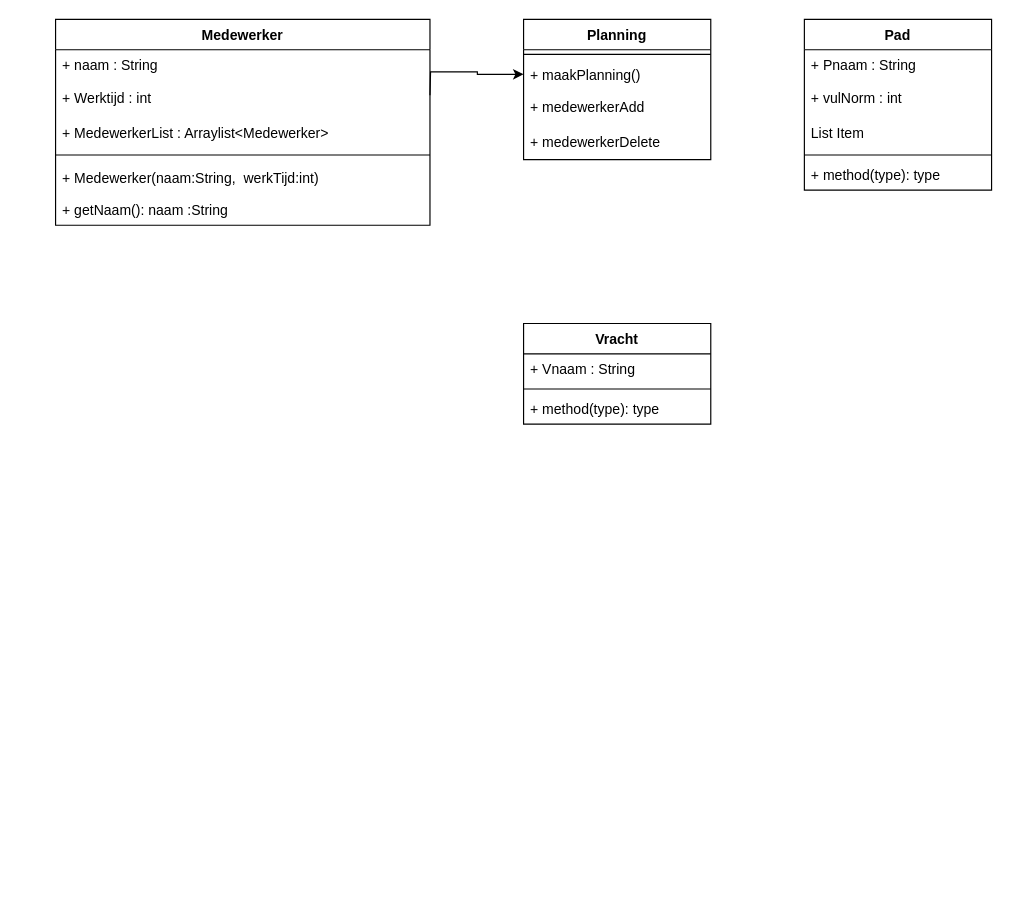
This is Vulplanning UML.drawio from Kikkerslijm410/SchoolOpdracht, a draw.io file, before an edit. Source tidied: cells renumbered, new cells numbered last; positions are measured from the earlier drawing's top-left corner, leaving out a move shared by most shapes. Both pictures are drawn from the tidied source at 117%, with x=0, y=0 at pixel (55, 19).
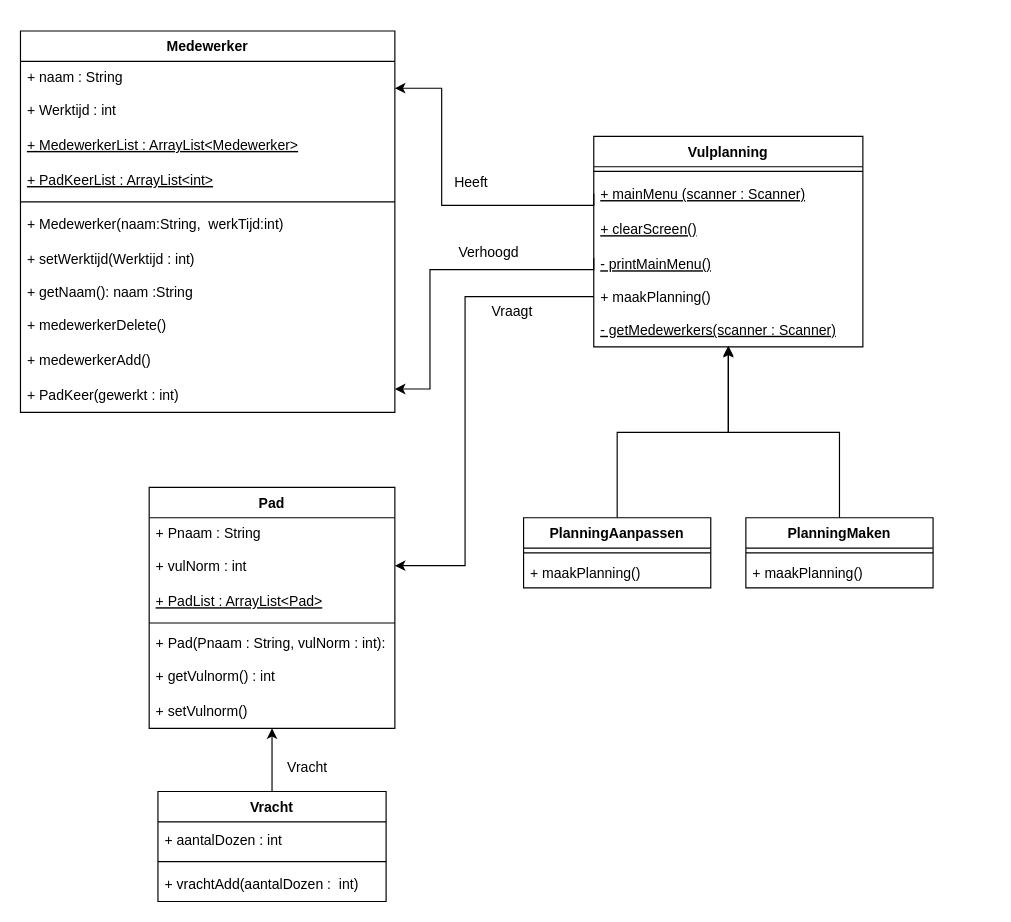
After the change.

The change refers to these unchanged cells:
```xml
<mxCell id="3" value="+ naam : String" style="text;strokeColor=none;fillColor=none;align=left;verticalAlign=top;spacingLeft=4;spacingRight=4;overflow=hidden;points=[[0,0.5],[1,0.5]];portConstraint=eastwest;" parent="2" vertex="1">
  <mxGeometry y="26" width="320" height="26" as="geometry" />
</mxCell>
```

Change to the diagram source:
```diff
@@
     <mxCell id="2" value="Medewerker" style="swimlane;fontStyle=1;align=center;verticalAlign=top;horizontal=1;startSize=26;" parent="1" vertex="1">
-      <mxGeometry width="320" height="176" as="geometry" />
+      <mxGeometry x="-30" y="10" width="320" height="326" as="geometry" />
     </mxCell>
@@
-    <mxCell id="5" value="+ MedewerkerList : Arraylist&lt;Medewerker&gt;" style="text;strokeColor=none;fillColor=none;align=left;verticalAlign=middle;spacingLeft=4;spacingRight=4;overflow=hidden;" parent="2" vertex="1">
+    <mxCell id="5" value="+ MedewerkerList : ArrayList&lt;Medewerker&gt;" style="text;strokeColor=none;fillColor=none;align=left;verticalAlign=middle;spacingLeft=4;spacingRight=4;overflow=hidden;fontStyle=4;" parent="2" vertex="1">
       <mxGeometry y="82" width="320" height="30" as="geometry" />
     </mxCell>
+    <mxCell id="25" value="+ PadKeerList : ArrayList&lt;int&gt;" style="text;strokeColor=none;fillColor=none;align=left;verticalAlign=middle;spacingLeft=4;spacingRight=4;overflow=hidden;fontStyle=4;" parent="2" vertex="1">
+      <mxGeometry y="112" width="320" height="30" as="geometry" />
+    </mxCell>
     <mxCell id="6" style="line;strokeWidth=1;fillColor=none;align=left;verticalAlign=middle;spacingTop=-1;spacingLeft=3;spacingRight=3;labelPosition=right;" parent="2" vertex="1">
-      <mxGeometry y="112" width="320" height="8" as="geometry" />
+      <mxGeometry y="142" width="320" height="8" as="geometry" />
     </mxCell>
     <mxCell id="7" value="+ Medewerker(naam:String,  werkTijd:int)" style="text;strokeColor=none;fillColor=none;align=left;verticalAlign=middle;spacingLeft=4;spacingRight=4;overflow=hidden;" parent="2" vertex="1">
-      <mxGeometry y="120" width="320" height="30" as="geometry" />
+      <mxGeometry y="150" width="320" height="30" as="geometry" />
     </mxCell>
+    <mxCell id="26" value="+ setWerktijd(Werktijd : int)" style="text;strokeColor=none;fillColor=none;align=left;verticalAlign=middle;spacingLeft=4;spacingRight=4;overflow=hidden;" parent="2" vertex="1">
+      <mxGeometry y="180" width="320" height="30" as="geometry" />
+    </mxCell>
     <mxCell id="8" value="+ getNaam(): naam :String" style="text;strokeColor=none;fillColor=none;align=left;verticalAlign=top;spacingLeft=4;spacingRight=4;overflow=hidden;" parent="2" vertex="1">
-      <mxGeometry y="150" width="320" height="26" as="geometry" />
+      <mxGeometry y="210" width="320" height="26" as="geometry" />
     </mxCell>
+    <mxCell id="23" value="+ medewerkerDelete()" style="text;strokeColor=none;fillColor=none;align=left;verticalAlign=middle;spacingLeft=4;spacingRight=4;overflow=hidden;" parent="2" vertex="1">
+      <mxGeometry y="236" width="320" height="30" as="geometry" />
+    </mxCell>
+    <mxCell id="22" value="+ medewerkerAdd()" style="text;strokeColor=none;fillColor=none;align=left;verticalAlign=middle;spacingLeft=4;spacingRight=4;overflow=hidden;" parent="2" vertex="1">
+      <mxGeometry y="266" width="320" height="30" as="geometry" />
+    </mxCell>
+    <mxCell id="27" value="+ PadKeer(gewerkt : int)" style="text;strokeColor=none;fillColor=none;align=left;verticalAlign=middle;spacingLeft=4;spacingRight=4;overflow=hidden;" parent="2" vertex="1">
+      <mxGeometry y="296" width="320" height="30" as="geometry" />
+    </mxCell>
+    <mxCell id="28" style="edgeStyle=orthogonalEdgeStyle;rounded=0;jettySize=auto;html=1;exitX=0.5;exitY=0;exitDx=0;exitDy=0;entryX=0.5;entryY=1;entryDx=0;entryDy=0;entryPerimeter=0;" parent="1" edge="1" source="9" target="32">
+      <mxGeometry relative="1" as="geometry" />
+    </mxCell>
     <mxCell id="9" value="Vracht" style="swimlane;fontStyle=1;align=center;verticalAlign=top;horizontal=1;startSize=26;" parent="1" vertex="1">
-      <mxGeometry x="400" y="260" width="160" height="86" as="geometry" />
+      <mxGeometry x="87.5" y="660" width="195" height="94" as="geometry" />
     </mxCell>
-    <mxCell id="10" value="+ Vnaam : String" style="text;strokeColor=none;fillColor=none;align=left;verticalAlign=top;spacingLeft=4;spacingRight=4;overflow=hidden;" parent="9" vertex="1">
-      <mxGeometry y="26" width="160" height="26" as="geometry" />
-    </mxCell>
+    <mxCell id="29" value="+ aantalDozen : int" style="text;strokeColor=none;fillColor=none;align=left;verticalAlign=middle;spacingLeft=4;spacingRight=4;overflow=hidden;" parent="9" vertex="1">
+      <mxGeometry y="26" width="195" height="30" as="geometry" />
+    </mxCell>
     <mxCell id="11" style="line;strokeWidth=1;fillColor=none;align=left;verticalAlign=middle;spacingTop=-1;spacingLeft=3;spacingRight=3;labelPosition=right;" parent="9" vertex="1">
-      <mxGeometry y="52" width="160" height="8" as="geometry" />
+      <mxGeometry y="56" width="195" height="8" as="geometry" />
     </mxCell>
-    <mxCell id="12" value="+ method(type): type" style="text;strokeColor=none;fillColor=none;align=left;verticalAlign=top;spacingLeft=4;spacingRight=4;overflow=hidden;" parent="9" vertex="1">
-      <mxGeometry y="60" width="160" height="26" as="geometry" />
-    </mxCell>
+    <mxCell id="30" value="+ vrachtAdd(aantalDozen :  int)" style="text;strokeColor=none;fillColor=none;align=left;verticalAlign=middle;spacingLeft=4;spacingRight=4;overflow=hidden;" parent="9" vertex="1">
+      <mxGeometry y="64" width="195" height="30" as="geometry" />
+    </mxCell>
     <mxCell id="13" value="Pad" style="swimlane;fontStyle=1;align=center;verticalAlign=top;horizontal=1;startSize=26;" parent="1" vertex="1">
-      <mxGeometry x="640" width="160" height="146" as="geometry" />
+      <mxGeometry x="80" y="400" width="210" height="206" as="geometry" />
     </mxCell>
     <mxCell id="14" value="+ Pnaam : String" style="text;strokeColor=none;fillColor=none;align=left;verticalAlign=top;spacingLeft=4;spacingRight=4;overflow=hidden;" parent="13" vertex="1">
-      <mxGeometry y="26" width="160" height="26" as="geometry" />
+      <mxGeometry y="26" width="210" height="26" as="geometry" />
     </mxCell>
     <mxCell id="15" value="+ vulNorm : int" style="text;strokeColor=none;fillColor=none;align=left;verticalAlign=middle;spacingLeft=4;spacingRight=4;overflow=hidden;points=[[0,0.5],[1,0.5]];portConstraint=eastwest;" parent="13" vertex="1">
-      <mxGeometry y="52" width="160" height="30" as="geometry" />
+      <mxGeometry y="52" width="210" height="30" as="geometry" />
     </mxCell>
-    <mxCell id="16" value="List Item" style="text;strokeColor=none;fillColor=none;align=left;verticalAlign=middle;spacingLeft=4;spacingRight=4;overflow=hidden;" parent="13" vertex="1">
-      <mxGeometry y="82" width="160" height="30" as="geometry" />
+    <mxCell id="16" value="+ PadList : ArrayList&lt;Pad&gt;" style="text;strokeColor=none;fillColor=none;align=left;verticalAlign=middle;spacingLeft=4;spacingRight=4;overflow=hidden;fontStyle=4;" parent="13" vertex="1">
+      <mxGeometry y="82" width="210" height="30" as="geometry" />
     </mxCell>
     <mxCell id="17" style="line;strokeWidth=1;fillColor=none;align=left;verticalAlign=middle;spacingTop=-1;spacingLeft=3;spacingRight=3;labelPosition=right;" parent="13" vertex="1">
-      <mxGeometry y="112" width="160" height="8" as="geometry" />
+      <mxGeometry y="112" width="210" height="8" as="geometry" />
     </mxCell>
-    <mxCell id="18" value="+ method(type): type" style="text;strokeColor=none;fillColor=none;align=left;verticalAlign=top;spacingLeft=4;spacingRight=4;overflow=hidden;" parent="13" vertex="1">
-      <mxGeometry y="120" width="160" height="26" as="geometry" />
+    <mxCell id="18" value="+ Pad(Pnaam : String, vulNorm : int): " style="text;strokeColor=none;fillColor=none;align=left;verticalAlign=top;spacingLeft=4;spacingRight=4;overflow=hidden;" parent="13" vertex="1">
+      <mxGeometry y="120" width="210" height="26" as="geometry" />
     </mxCell>
+    <mxCell id="31" value="+ getVulnorm() : int" style="text;strokeColor=none;fillColor=none;align=left;verticalAlign=middle;spacingLeft=4;spacingRight=4;overflow=hidden;" parent="13" vertex="1">
+      <mxGeometry y="146" width="210" height="30" as="geometry" />
+    </mxCell>
+    <mxCell id="32" value="+ setVulnorm() " style="text;strokeColor=none;fillColor=none;align=left;verticalAlign=middle;spacingLeft=4;spacingRight=4;overflow=hidden;points=[[0,0.5],[1,0.5]];portConstraint=eastwest;" parent="13" vertex="1">
+      <mxGeometry y="176" width="210" height="30" as="geometry" />
+    </mxCell>
-    <mxCell id="19" value="Planning" style="swimlane;fontStyle=1;align=center;verticalAlign=top;horizontal=1;startSize=26;" parent="1" vertex="1">
-      <mxGeometry x="400" width="160" height="120" as="geometry" />
+    <mxCell id="19" value="Vulplanning" style="swimlane;fontStyle=1;align=center;verticalAlign=top;horizontal=1;startSize=26;" parent="1" vertex="1">
+      <mxGeometry x="460" y="100" width="230" height="180" as="geometry" />
     </mxCell>
     <mxCell id="20" style="line;strokeWidth=1;fillColor=none;align=left;verticalAlign=middle;spacingTop=-1;spacingLeft=3;spacingRight=3;labelPosition=right;" parent="19" vertex="1">
-      <mxGeometry y="26" width="160" height="8" as="geometry" />
+      <mxGeometry y="26" width="230" height="8" as="geometry" />
     </mxCell>
+    <mxCell id="33" value="+ mainMenu (scanner : Scanner)" style="text;strokeColor=none;fillColor=none;align=left;verticalAlign=middle;spacingLeft=4;spacingRight=4;overflow=hidden;points=[[0,0.5],[1,0.5]];portConstraint=eastwest;fontStyle=4;" parent="19" vertex="1">
+      <mxGeometry y="34" width="230" height="30" as="geometry" />
+    </mxCell>
+    <mxCell id="34" value="+ clearScreen()" style="text;strokeColor=none;fillColor=none;align=left;verticalAlign=middle;spacingLeft=4;spacingRight=4;overflow=hidden;fontStyle=4;" parent="19" vertex="1">
+      <mxGeometry y="64" width="230" height="30" as="geometry" />
+    </mxCell>
+    <mxCell id="35" value="- printMainMenu()" style="text;strokeColor=none;fillColor=none;align=left;verticalAlign=middle;spacingLeft=4;spacingRight=4;overflow=hidden;fontStyle=4;" parent="19" vertex="1">
+      <mxGeometry y="94" width="230" height="30" as="geometry" />
+    </mxCell>
     <mxCell id="21" value="+ maakPlanning()&#10;" style="text;strokeColor=none;fillColor=none;align=left;verticalAlign=top;spacingLeft=4;spacingRight=4;overflow=hidden;points=[[0,0.5],[1,0.5]];portConstraint=eastwest;" parent="19" vertex="1">
-      <mxGeometry y="34" width="160" height="26" as="geometry" />
+      <mxGeometry y="124" width="230" height="26" as="geometry" />
     </mxCell>
-    <mxCell id="22" value="+ medewerkerAdd" style="text;strokeColor=none;fillColor=none;align=left;verticalAlign=middle;spacingLeft=4;spacingRight=4;overflow=hidden;" parent="19" vertex="1">
-      <mxGeometry y="60" width="160" height="30" as="geometry" />
-    </mxCell>
-    <mxCell id="23" value="+ medewerkerDelete" style="text;strokeColor=none;fillColor=none;align=left;verticalAlign=middle;spacingLeft=4;spacingRight=4;overflow=hidden;" parent="19" vertex="1">
-      <mxGeometry y="90" width="160" height="30" as="geometry" />
-    </mxCell>
-    <mxCell id="24" style="edgeStyle=orthogonalEdgeStyle;rounded=0;jettySize=auto;html=1;exitX=1;exitY=0.5;exitDx=0;exitDy=0;entryX=0;entryY=0.5;entryDx=0;entryDy=0;" parent="1" edge="1" target="21">
-      <mxGeometry relative="1" as="geometry">
-        <mxPoint x="320" y="65" as="sourcePoint" />
-      </mxGeometry>
-    </mxCell>
+    <mxCell id="36" value="- getMedewerkers(scanner : Scanner)" style="text;strokeColor=none;fillColor=none;align=left;verticalAlign=middle;spacingLeft=4;spacingRight=4;overflow=hidden;points=[[0,0.5],[1,0.5]];portConstraint=eastwest;fontStyle=4;" parent="19" vertex="1">
+      <mxGeometry y="150" width="230" height="30" as="geometry" />
+    </mxCell>
+    <mxCell id="37" style="edgeStyle=orthogonalEdgeStyle;rounded=0;orthogonalLoop=1;jettySize=auto;html=1;exitX=0;exitY=0.5;exitDx=0;exitDy=0;" parent="1" edge="1">
+      <mxGeometry relative="1" as="geometry">
+        <mxPoint x="460" y="204" as="sourcePoint" />
+        <mxPoint x="290" y="316" as="targetPoint" />
+        <Array as="points">
+          <mxPoint x="460" y="214" />
+          <mxPoint x="320" y="214" />
+          <mxPoint x="320" y="316" />
+        </Array>
+      </mxGeometry>
+    </mxCell>
+    <mxCell id="38" style="edgeStyle=orthogonalEdgeStyle;rounded=0;jettySize=auto;html=1;exitX=0;exitY=0.5;exitDx=0;exitDy=0;entryX=1;entryY=0.881;entryDx=0;entryDy=0;entryPerimeter=0;" parent="1" edge="1" source="33" target="3">
+      <mxGeometry relative="1" as="geometry">
+        <Array as="points">
+          <mxPoint x="330" y="159" />
+          <mxPoint x="330" y="59" />
+        </Array>
+      </mxGeometry>
+    </mxCell>
+    <mxCell id="39" style="edgeStyle=orthogonalEdgeStyle;rounded=0;jettySize=auto;html=1;exitX=0.5;exitY=0;exitDx=0;exitDy=0;entryX=0.5;entryY=1;entryDx=0;entryDy=0;entryPerimeter=0;" parent="1" edge="1" source="40" target="36">
+      <mxGeometry relative="1" as="geometry" />
+    </mxCell>
+    <mxCell id="40" value="PlanningMaken" style="swimlane;fontStyle=1;align=center;verticalAlign=top;horizontal=1;startSize=26;" parent="1" vertex="1">
+      <mxGeometry x="590" y="426" width="160" height="60" as="geometry" />
+    </mxCell>
+    <mxCell id="41" style="line;strokeWidth=1;fillColor=none;align=left;verticalAlign=middle;spacingTop=-1;spacingLeft=3;spacingRight=3;labelPosition=right;" parent="40" vertex="1">
+      <mxGeometry y="26" width="160" height="8" as="geometry" />
+    </mxCell>
+    <mxCell id="42" value="+ maakPlanning()&#10;" style="text;strokeColor=none;fillColor=none;align=left;verticalAlign=top;spacingLeft=4;spacingRight=4;overflow=hidden;" parent="40" vertex="1">
+      <mxGeometry y="34" width="160" height="26" as="geometry" />
+    </mxCell>
+    <mxCell id="43" style="edgeStyle=orthogonalEdgeStyle;rounded=0;jettySize=auto;html=1;exitX=0.5;exitY=0;exitDx=0;exitDy=0;entryX=0.5;entryY=0.967;entryDx=0;entryDy=0;entryPerimeter=0;" parent="1" edge="1" source="44" target="36">
+      <mxGeometry relative="1" as="geometry" />
+    </mxCell>
+    <mxCell id="44" value="PlanningAanpassen" style="swimlane;fontStyle=1;align=center;verticalAlign=top;horizontal=1;startSize=26;" parent="1" vertex="1">
+      <mxGeometry x="400" y="426" width="160" height="60" as="geometry" />
+    </mxCell>
+    <mxCell id="45" style="line;strokeWidth=1;fillColor=none;align=left;verticalAlign=middle;spacingTop=-1;spacingLeft=3;spacingRight=3;labelPosition=right;" parent="44" vertex="1">
+      <mxGeometry y="26" width="160" height="8" as="geometry" />
+    </mxCell>
+    <mxCell id="46" value="+ maakPlanning()&#10;" style="text;strokeColor=none;fillColor=none;align=left;verticalAlign=top;spacingLeft=4;spacingRight=4;overflow=hidden;" parent="44" vertex="1">
+      <mxGeometry y="34" width="160" height="26" as="geometry" />
+    </mxCell>
+    <mxCell id="47" style="edgeStyle=orthogonalEdgeStyle;rounded=0;jettySize=auto;html=1;exitX=0;exitY=0.5;exitDx=0;exitDy=0;entryX=1;entryY=0.5;entryDx=0;entryDy=0;" parent="1" edge="1" source="21" target="15">
+      <mxGeometry relative="1" as="geometry">
+        <Array as="points">
+          <mxPoint x="350" y="237" />
+          <mxPoint x="350" y="467" />
+        </Array>
+      </mxGeometry>
+    </mxCell>
+    <mxCell id="48" value="Vracht" style="text;html=1;align=center;verticalAlign=middle;strokeColor=none;fillColor=none;" parent="1" vertex="1">
+      <mxGeometry x="190" y="630" width="50" height="20" as="geometry" />
+    </mxCell>
+    <mxCell id="49" value="Vraagt" style="text;html=1;align=center;verticalAlign=middle;strokeColor=none;fillColor=none;" parent="1" vertex="1">
+      <mxGeometry x="365" y="240" width="50" height="20" as="geometry" />
+    </mxCell>
+    <mxCell id="50" value="Verhoogd" style="text;html=1;align=center;verticalAlign=middle;strokeColor=none;fillColor=none;" parent="1" vertex="1">
+      <mxGeometry x="335" y="190" width="70" height="20" as="geometry" />
+    </mxCell>
+    <mxCell id="51" value="Heeft" style="text;html=1;align=center;verticalAlign=middle;strokeColor=none;fillColor=none;" parent="1" vertex="1">
+      <mxGeometry x="335" y="130" width="40" height="20" as="geometry" />
+    </mxCell>
```
